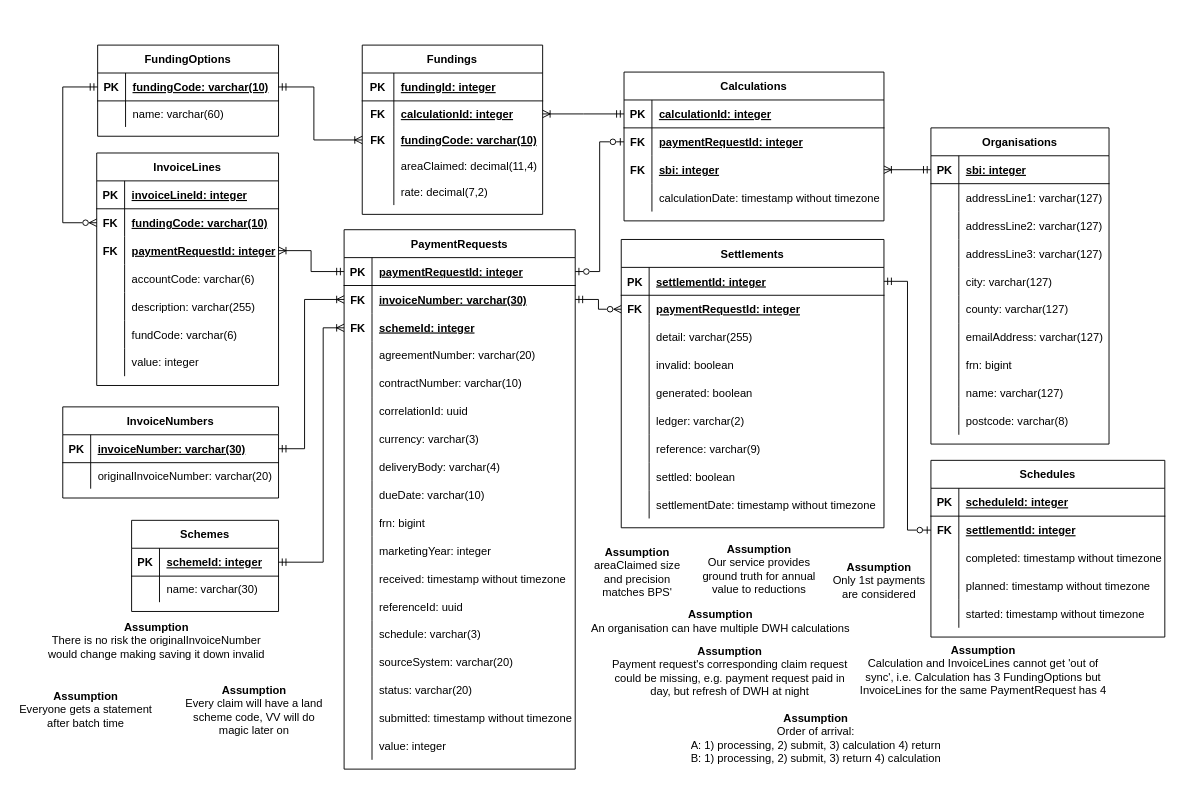
This is Statement-Constructor-ERD.drawio from DEFRA/ffc-diagrams, a draw.io file, before an edit. Source tidied: cells renumbered, new cells numbered last; positions are measured from the earlier drawing's top-left corner, leaving out a move shared by most shapes. Both pictures are drawn from the tidied source at 93%, with x=0, y=0 at pixel (16, 45).
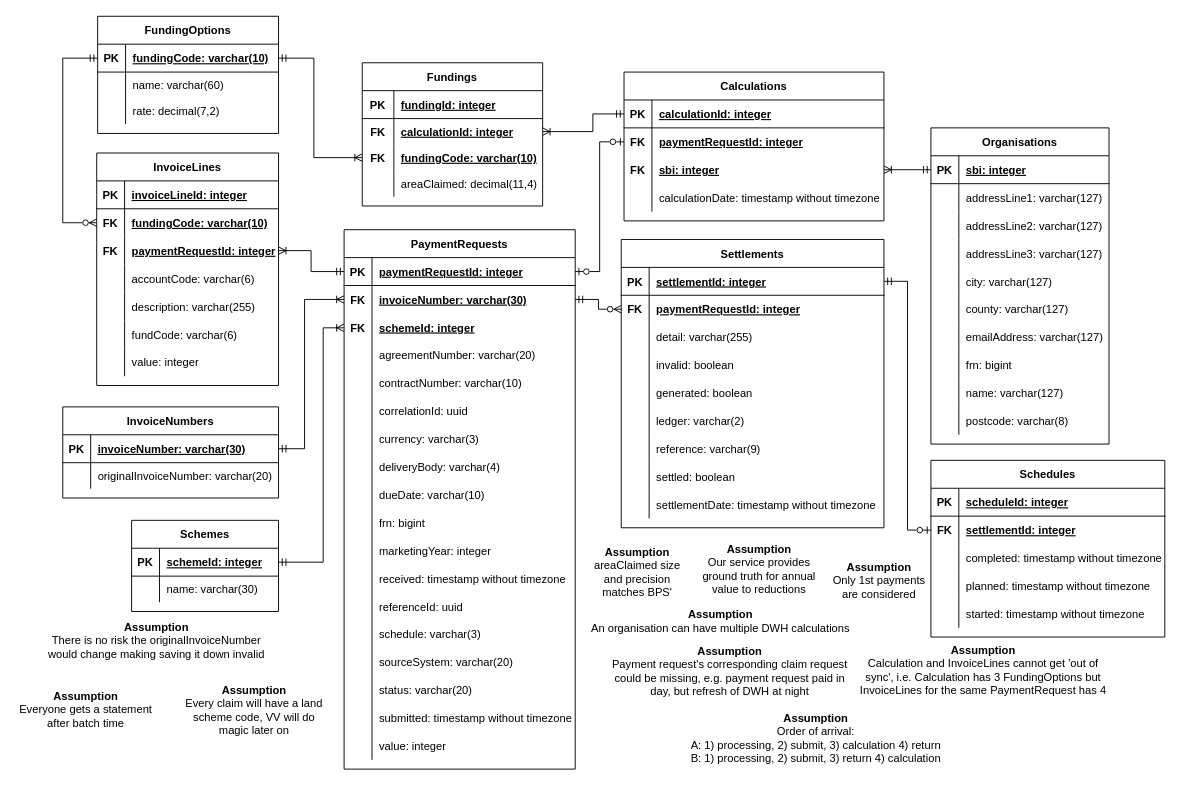
Above is the later version.

Commit message:
added rate to fundingOptions

The change refers to these unchanged cells:
```xml
<mxCell id="138" style="shape=tableRow;horizontal=0;startSize=0;swimlaneHead=0;swimlaneBody=0;fillColor=none;points=[[0,0.5],[1,0.5]];portConstraint=eastwest;top=0;left=0;right=0;bottom=0;" parent="134" vertex="1">
  <mxGeometry y="60" width="195.5" height="30" as="geometry" />
</mxCell>
<mxCell id="183" style="shape=tableRow;horizontal=0;startSize=0;swimlaneHead=0;swimlaneBody=0;fillColor=none;points=[[0,0.5],[1,0.5]];portConstraint=eastwest;top=0;left=0;right=0;bottom=1;" parent="182" vertex="1">
  <mxGeometry y="30" width="279.5" height="30" as="geometry" />
</mxCell>
<mxCell id="196" style="shape=tableRow;horizontal=0;startSize=0;swimlaneHead=0;swimlaneBody=0;fillColor=none;points=[[0,0.5],[1,0.5]];portConstraint=eastwest;top=0;left=0;right=0;bottom=1;" parent="195" vertex="1">
  <mxGeometry y="30" width="194.5" height="30" as="geometry" />
</mxCell>
<mxCell id="206" style="shape=tableRow;horizontal=0;startSize=0;swimlaneHead=0;swimlaneBody=0;fillColor=none;points=[[0,0.5],[1,0.5]];portConstraint=eastwest;top=0;left=0;right=0;bottom=0;" parent="202" vertex="1">
  <mxGeometry y="60" width="194" height="28" as="geometry" />
</mxCell>
<mxCell id="209" style="shape=tableRow;horizontal=0;startSize=0;swimlaneHead=0;swimlaneBody=0;fillColor=none;points=[[0,0.5],[1,0.5]];portConstraint=eastwest;top=0;left=0;right=0;bottom=0;" parent="202" vertex="1">
  <mxGeometry y="88" width="194" height="28" as="geometry" />
</mxCell>
```

Change to the diagram source:
```diff
@@
     <mxCell id="195" value="FundingOptions" style="shape=table;startSize=30;childLayout=tableLayout;rowLines=0;fontStyle=1;align=center;" parent="1" vertex="1">
-      <mxGeometry x="87.5" width="194.5" height="98" as="geometry" />
+      <mxGeometry x="87.5" y="-31" width="194.5" height="126" as="geometry" />
     </mxCell>
@@
+    <mxCell id="225" style="shape=tableRow;horizontal=0;startSize=0;swimlaneHead=0;swimlaneBody=0;fillColor=none;top=0;left=0;right=0;bottom=0;" parent="195" vertex="1">
+      <mxGeometry y="88" width="194.5" height="28" as="geometry" />
+    </mxCell>
+    <mxCell id="226" style="shape=partialRectangle;fillColor=none;top=0;left=0;bottom=0;right=0;overflow=hidden;fontStyle=1;" parent="225" vertex="1">
+      <mxGeometry width="30" height="28" as="geometry" />
+    </mxCell>
+    <mxCell id="217" value="rate: decimal(7,2)" style="shape=partialRectangle;fillColor=none;top=0;left=0;bottom=0;right=0;align=left;spacingLeft=6;overflow=hidden;fontStyle=0;" parent="225" vertex="1">
+      <mxGeometry x="30" width="164.5" height="28" as="geometry" />
+    </mxCell>
     <mxCell id="202" value="Fundings" style="shape=table;startSize=30;childLayout=tableLayout;rowLines=0;fontStyle=1;align=center;" parent="1" vertex="1">
-      <mxGeometry x="372" width="194" height="182" as="geometry" />
+      <mxGeometry x="372" y="19" width="194" height="154" as="geometry" />
     </mxCell>
@@
-    <mxCell id="215" style="shape=tableRow;horizontal=0;startSize=0;swimlaneHead=0;swimlaneBody=0;fillColor=none;top=0;left=0;right=0;bottom=0;" parent="202" vertex="1">
-      <mxGeometry y="144" width="194" height="28" as="geometry" />
-    </mxCell>
-    <mxCell id="216" style="shape=partialRectangle;fillColor=none;top=0;left=0;bottom=0;right=0;overflow=hidden;fontStyle=1;" parent="215" vertex="1">
-      <mxGeometry width="34" height="28" as="geometry" />
-    </mxCell>
-    <mxCell id="217" value="rate: decimal(7,2)" style="shape=partialRectangle;fillColor=none;top=0;left=0;bottom=0;right=0;align=left;spacingLeft=6;overflow=hidden;fontStyle=0;" parent="215" vertex="1">
-      <mxGeometry x="34" width="160" height="28" as="geometry" />
-    </mxCell>
     <mxCell id="218" style="edgeStyle=orthogonalEdgeStyle;rounded=0;jettySize=auto;html=1;exitX=1;exitY=0.5;exitDx=0;exitDy=0;endArrow=ERoneToMany;endFill=0;startArrow=ERmandOne;startFill=0;entryX=0;entryY=0.5;entryDx=0;entryDy=0;" parent="1" edge="1" source="196" target="209">
       <mxGeometry relative="1" as="geometry">
         <Array as="points">
-          <mxPoint x="320" y="45" />
-          <mxPoint x="320" y="102" />
+          <mxPoint x="320" y="14" />
+          <mxPoint x="320" y="121" />
         </Array>
       </mxGeometry>
     </mxCell>
     <mxCell id="219" style="edgeStyle=orthogonalEdgeStyle;rounded=0;jettySize=auto;html=1;exitX=0;exitY=0.5;exitDx=0;exitDy=0;endArrow=ERoneToMany;endFill=0;startArrow=ERmandOne;startFill=0;entryX=1;entryY=0.5;entryDx=0;entryDy=0;" parent="1" edge="1" source="183" target="206">
       <mxGeometry relative="1" as="geometry">
         <Array as="points">
-          <mxPoint x="610" y="74" />
-          <mxPoint x="610" y="74" />
+          <mxPoint x="620" y="74" />
+          <mxPoint x="620" y="93" />
         </Array>
       </mxGeometry>
     </mxCell>
     <mxCell id="220" style="edgeStyle=orthogonalEdgeStyle;rounded=0;jettySize=auto;html=1;exitX=0;exitY=0.5;exitDx=0;exitDy=0;entryX=0;entryY=0.5;entryDx=0;entryDy=0;endArrow=ERzeroToMany;endFill=0;startArrow=ERmandOne;startFill=0;" parent="1" edge="1" source="196" target="138">
       <mxGeometry relative="1" as="geometry">
         <Array as="points">
-          <mxPoint x="50" y="45" />
+          <mxPoint x="50" y="14" />
           <mxPoint x="50" y="191" />
         </Array>
       </mxGeometry>
     </mxCell>
```
